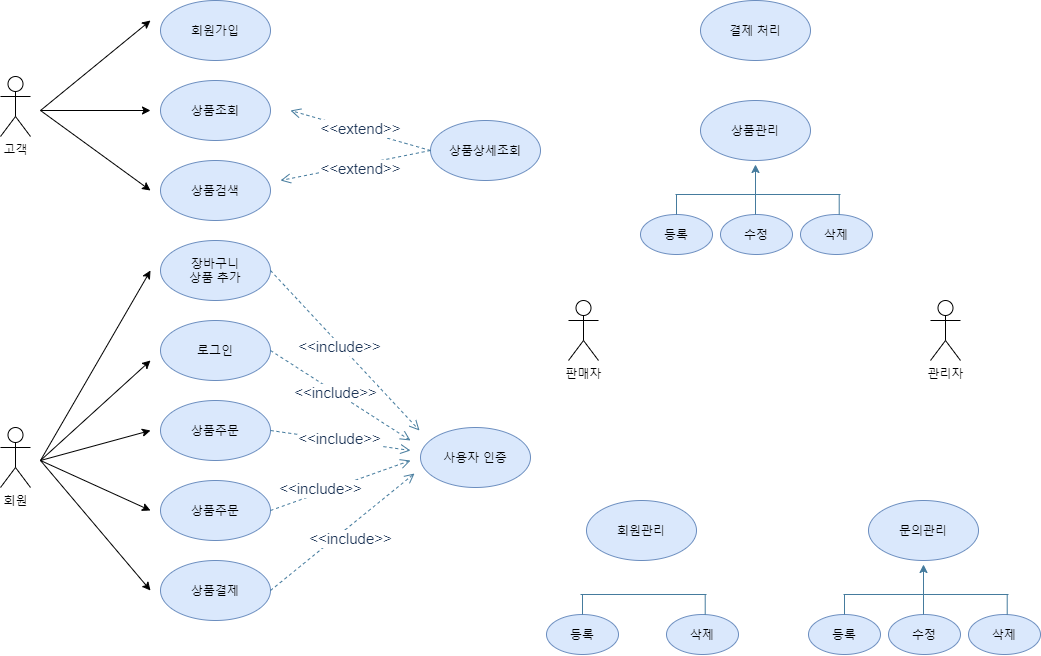
osiris0607/Project keeps this draw.io diagram as Actor Diagram.png. Above is the earlier version. Source tidied: cells renumbered, new cells last; positions are measured from the earlier drawing's top-left corner, leaving out a move shared by most shapes.
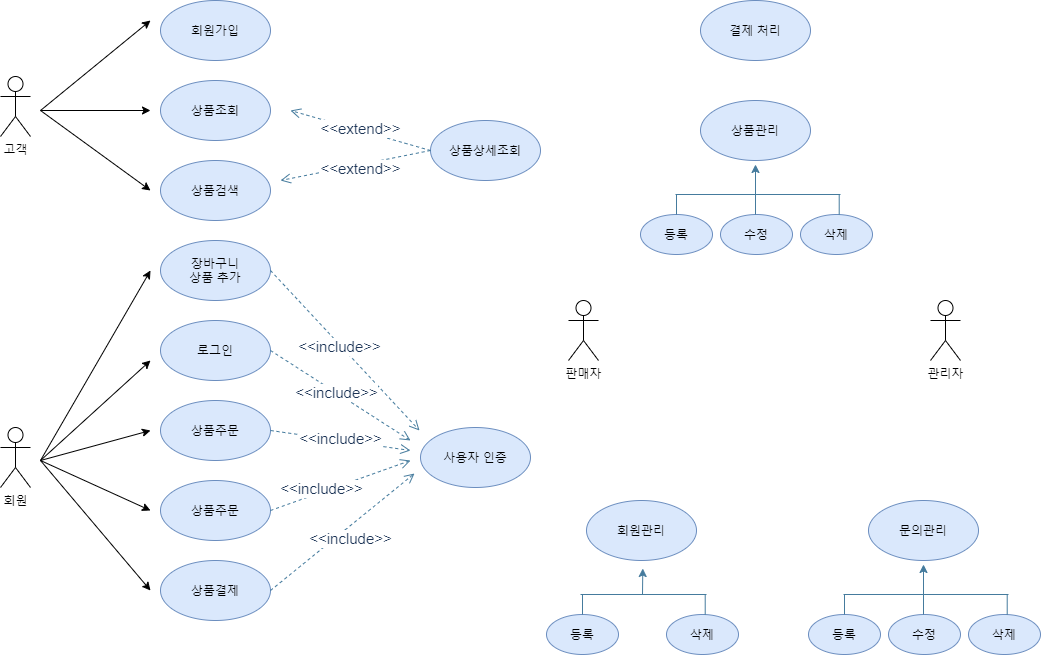
After the commit.

Diff of the diagram source:
```diff
@@ -228,5 +228,11 @@
         <mxPoint x="923" y="564" as="targetPoint" />
       </mxGeometry>
     </mxCell>
+    <mxCell id="54" style="endArrow=classic;html=1;strokeColor=#457B9D;fillColor=#A8DADC;fontColor=#1D3557;entryX=0.5;entryY=1;entryDx=0;entryDy=0;" parent="1" edge="1">
+      <mxGeometry relative="1" as="geometry">
+        <mxPoint x="642" y="594" as="sourcePoint" />
+        <mxPoint x="642.3" y="568" as="targetPoint" />
+      </mxGeometry>
+    </mxCell>
   </root>
 </mxGraphModel>
```
